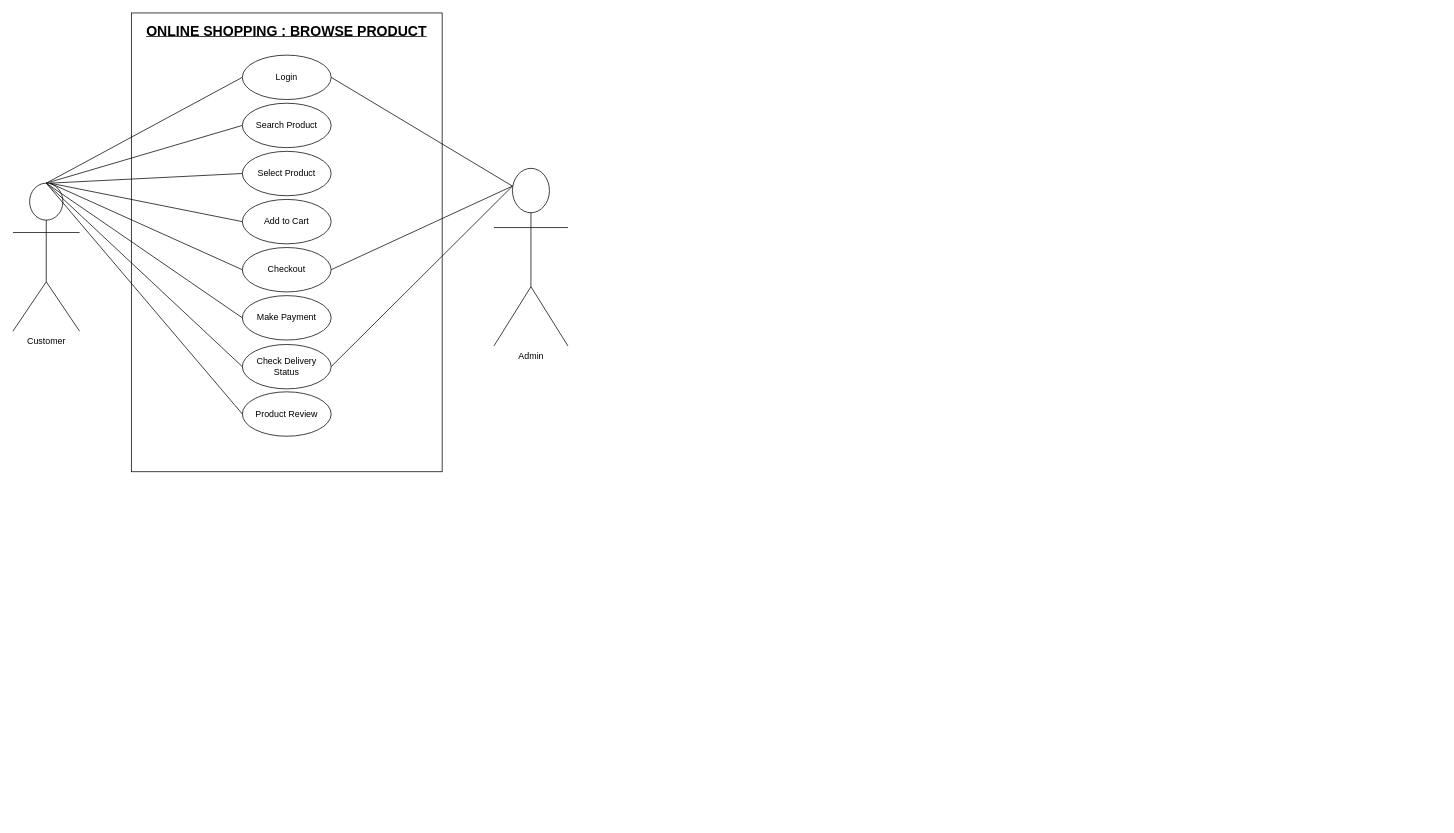
Before: ucecase iswe.drawio in JussSelenite/JussSelenite, a draw.io diagram. Source tidied: cells renumbered, new cells numbered last; positions are measured from the earlier drawing's top-left corner, leaving out a move shared by most shapes. Both pictures are drawn from the tidied source at 74%, with x=0, y=0 at pixel (13, 13).
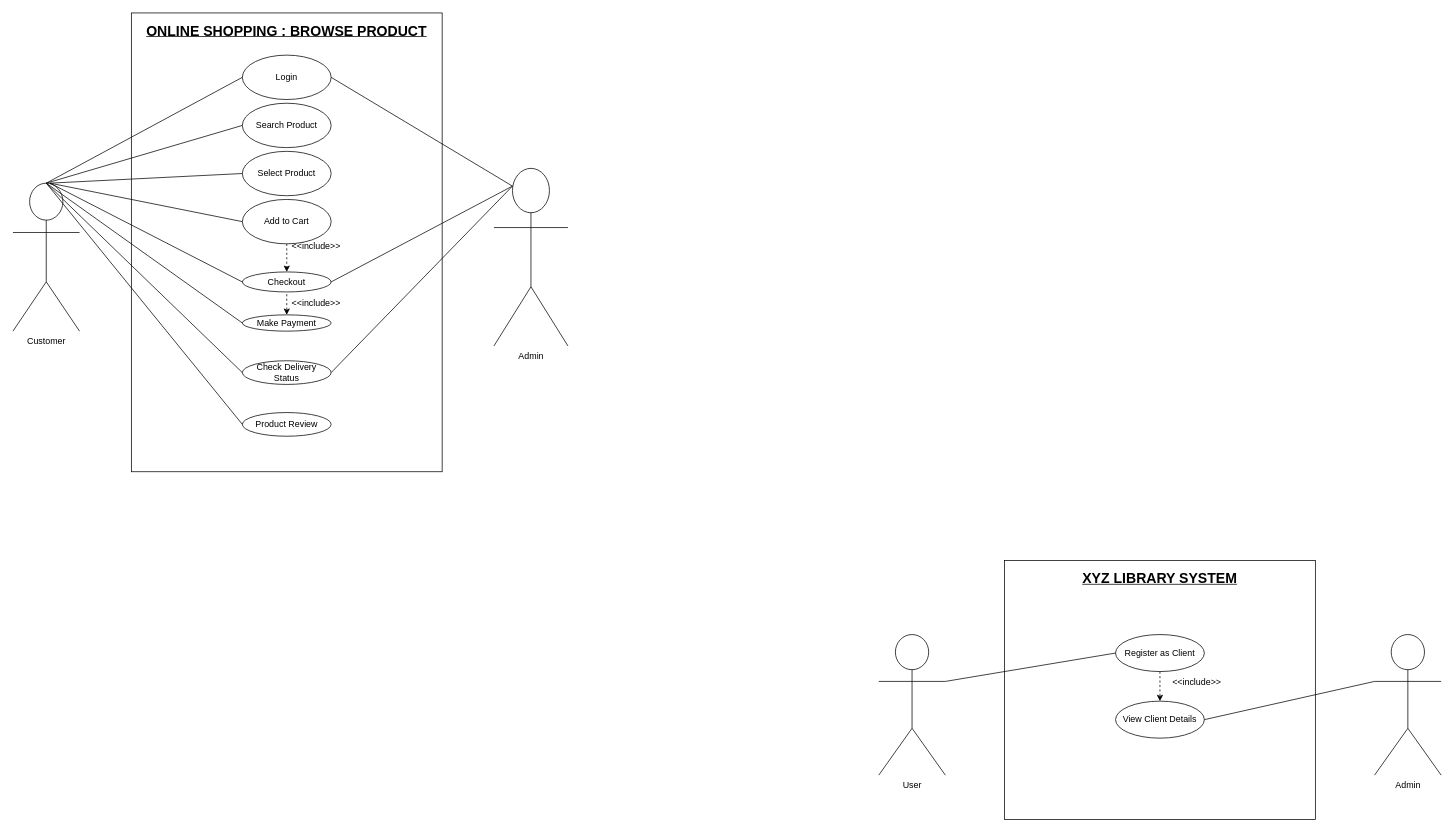
The same page after the edit.

Unchanged cells that the change refers to:
```xml
<mxCell id="7" value="Add to Cart" style="ellipse;whiteSpace=wrap;html=1;" parent="1" vertex="1">
  <mxGeometry x="310" y="252" width="120" height="60" as="geometry" />
</mxCell>
```

Diff of the diagram source:
```diff
@@
     <mxCell id="8" value="Checkout" style="ellipse;whiteSpace=wrap;html=1;" parent="1" vertex="1">
-      <mxGeometry x="310" y="317" width="120" height="60" as="geometry" />
+      <mxGeometry x="310" y="350" width="120" height="27" as="geometry" />
     </mxCell>
     <mxCell id="9" value="Make Payment" style="ellipse;whiteSpace=wrap;html=1;" parent="1" vertex="1">
-      <mxGeometry x="310" y="382" width="120" height="60" as="geometry" />
+      <mxGeometry x="310" y="408" width="120" height="22" as="geometry" />
     </mxCell>
     <mxCell id="10" value="Check Delivery Status" style="ellipse;whiteSpace=wrap;html=1;" parent="1" vertex="1">
-      <mxGeometry x="310" y="448" width="120" height="60" as="geometry" />
+      <mxGeometry x="310" y="470" width="120" height="32" as="geometry" />
     </mxCell>
     <mxCell id="11" value="Product Review" style="ellipse;whiteSpace=wrap;html=1;" parent="1" vertex="1">
-      <mxGeometry x="310" y="512" width="120" height="60" as="geometry" />
+      <mxGeometry x="310" y="540" width="120" height="32" as="geometry" />
     </mxCell>
@@
+    <mxCell id="25" style="endArrow=classic;dashed=1;html=1;rounded=0;exitX=0.5;exitY=1;exitDx=0;exitDy=0;" parent="1" edge="1" source="7">
+      <mxGeometry relative="1" as="geometry">
+        <mxPoint x="370" y="350" as="targetPoint" />
+      </mxGeometry>
+    </mxCell>
+    <mxCell id="26" value="&amp;lt;&amp;lt;include&amp;gt;&amp;gt;" style="text;html=1;strokeColor=none;fillColor=none;align=center;verticalAlign=middle;whiteSpace=wrap;rounded=0;" parent="1" vertex="1">
+      <mxGeometry x="380" y="300" width="60" height="30" as="geometry" />
+    </mxCell>
+    <mxCell id="27" style="endArrow=classic;dashed=1;html=1;rounded=0;entryX=0.5;entryY=0;entryDx=0;entryDy=0;" parent="1" edge="1" target="9">
+      <mxGeometry relative="1" as="geometry">
+        <mxPoint x="370" y="380" as="sourcePoint" />
+      </mxGeometry>
+    </mxCell>
+    <mxCell id="28" value="&amp;lt;&amp;lt;include&amp;gt;&amp;gt;" style="text;html=1;strokeColor=none;fillColor=none;align=center;verticalAlign=middle;whiteSpace=wrap;rounded=0;" parent="1" vertex="1">
+      <mxGeometry x="380" y="377" width="60" height="30" as="geometry" />
+    </mxCell>
+    <mxCell id="29" style="rounded=0;whiteSpace=wrap;html=1;" parent="1" vertex="1">
+      <mxGeometry x="1340" y="740" width="420" height="350" as="geometry" />
+    </mxCell>
+    <mxCell id="30" value="XYZ LIBRARY SYSTEM" style="text;html=1;strokeColor=none;fillColor=none;align=center;verticalAlign=middle;whiteSpace=wrap;rounded=0;fontStyle=5;fontSize=19;" parent="1" vertex="1">
+      <mxGeometry x="1385" y="750" width="330" height="30" as="geometry" />
+    </mxCell>
+    <mxCell id="31" value="Register as Client" style="ellipse;whiteSpace=wrap;html=1;" parent="1" vertex="1">
+      <mxGeometry x="1490" y="840" width="120" height="50" as="geometry" />
+    </mxCell>
+    <mxCell id="32" value="View Client Details" style="ellipse;whiteSpace=wrap;html=1;" parent="1" vertex="1">
+      <mxGeometry x="1490" y="930" width="120" height="50" as="geometry" />
+    </mxCell>
+    <mxCell id="33" value="User" style="shape=umlActor;verticalLabelPosition=bottom;verticalAlign=top;html=1;outlineConnect=0;" parent="1" vertex="1">
+      <mxGeometry x="1170" y="840" width="90" height="190" as="geometry" />
+    </mxCell>
+    <mxCell id="34" value="Admin" style="shape=umlActor;verticalLabelPosition=bottom;verticalAlign=top;html=1;outlineConnect=0;" parent="1" vertex="1">
+      <mxGeometry x="1840" y="840" width="90" height="190" as="geometry" />
+    </mxCell>
+    <mxCell id="35" style="endArrow=none;html=1;rounded=0;exitX=1;exitY=0.3333333333333333;exitDx=0;exitDy=0;exitPerimeter=0;entryX=0;entryY=0.5;entryDx=0;entryDy=0;" parent="1" edge="1" source="33" target="31">
+      <mxGeometry relative="1" as="geometry" />
+    </mxCell>
+    <mxCell id="36" style="endArrow=none;html=1;rounded=0;entryX=0;entryY=0.3333333333333333;entryDx=0;entryDy=0;entryPerimeter=0;exitX=1;exitY=0.5;exitDx=0;exitDy=0;" parent="1" edge="1" source="32" target="34">
+      <mxGeometry relative="1" as="geometry" />
+    </mxCell>
+    <mxCell id="37" style="endArrow=classic;dashed=1;html=1;rounded=0;entryX=0.5;entryY=0;entryDx=0;entryDy=0;exitX=0.5;exitY=1;exitDx=0;exitDy=0;" parent="1" edge="1" source="31" target="32">
+      <mxGeometry relative="1" as="geometry" />
+    </mxCell>
+    <mxCell id="38" value="&amp;lt;&amp;lt;include&amp;gt;&amp;gt;" style="text;html=1;strokeColor=none;fillColor=none;align=center;verticalAlign=middle;whiteSpace=wrap;rounded=0;" parent="1" vertex="1">
+      <mxGeometry x="1570" y="890" width="60" height="30" as="geometry" />
+    </mxCell>
```
